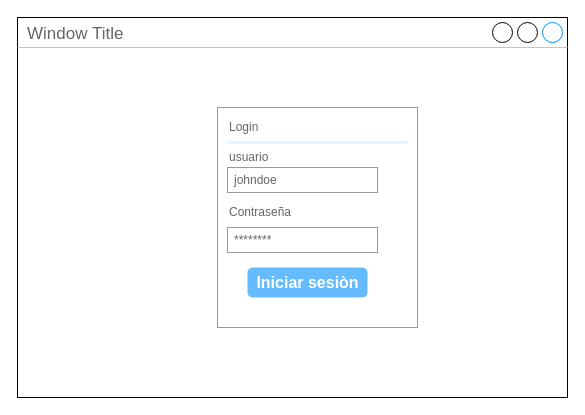
This is page "Page-1" (1 of 2) of Diagramas/Untitled Diagram.drawio from Cicery/ProyectoTallerMecanico, a draw.io file, before an edit. Source tidied: cells renumbered, new cells numbered last; positions are measured from the earlier drawing's top-left corner, leaving out a move shared by most shapes. Both pictures are drawn from the tidied source at 100%, with x=0, y=0 at pixel (17, 17).
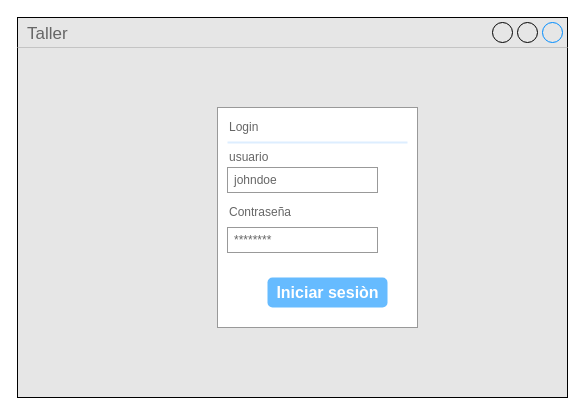
Above is the later version.

Change to the diagram source:
```diff
@@
 <mxGraphModel background="#ffffff">
   <root>
     <mxCell id="0" />
     <mxCell id="1" parent="0" />
-    <mxCell id="2" value="Window Title" style="strokeWidth=1;shadow=0;dashed=0;align=center;html=1;shape=mxgraph.mockup.containers.window;align=left;verticalAlign=top;spacingLeft=8;strokeColor2=#008cff;strokeColor3=#c4c4c4;fontColor=#666666;mainText=;fontSize=17;labelBackgroundColor=none;" parent="1" vertex="1">
+    <mxCell id="2" value="Taller" style="strokeWidth=1;shadow=0;dashed=0;align=center;html=1;shape=mxgraph.mockup.containers.window;align=left;verticalAlign=top;spacingLeft=8;strokeColor2=#008cff;strokeColor3=#c4c4c4;fontColor=#666666;mainText=;fontSize=17;labelBackgroundColor=none;fillColor=#E6E6E6;" parent="1" vertex="1">
       <mxGeometry width="550" height="380" as="geometry" />
     </mxCell>
     <mxCell id="3" style="strokeWidth=1;shadow=0;dashed=0;align=center;html=1;shape=mxgraph.mockup.forms.rrect;rSize=0;strokeColor=#999999;fillColor=#ffffff;" parent="1" vertex="1">
       <mxGeometry x="200" y="90" width="200" height="220" as="geometry" />
     </mxCell>
     <mxCell id="4" value="Login" style="strokeWidth=1;shadow=0;dashed=0;align=center;html=1;shape=mxgraph.mockup.forms.anchor;fontSize=12;fontColor=#666666;align=left;spacingLeft=0;" parent="3" vertex="1">
       <mxGeometry width="100" height="20" relative="1" as="geometry">
         <mxPoint x="10" y="10" as="offset" />
       </mxGeometry>
     </mxCell>
     <mxCell id="5" style="shape=line;strokeColor=#ddeeff;strokeWidth=2;html=1;" parent="3" vertex="1">
       <mxGeometry width="180" height="10" relative="1" as="geometry">
         <mxPoint x="10" y="30" as="offset" />
       </mxGeometry>
     </mxCell>
     <mxCell id="6" value="usuario" style="strokeWidth=1;shadow=0;dashed=0;align=center;html=1;shape=mxgraph.mockup.forms.anchor;fontSize=12;fontColor=#666666;align=left;spacingLeft=0;" parent="3" vertex="1">
       <mxGeometry width="100" height="20" relative="1" as="geometry">
         <mxPoint x="10" y="40" as="offset" />
       </mxGeometry>
     </mxCell>
     <mxCell id="7" value="johndoe" style="strokeWidth=1;shadow=0;dashed=0;align=center;html=1;shape=mxgraph.mockup.forms.rrect;rSize=0;strokeColor=#999999;fontColor=#666666;align=left;spacingLeft=5;" parent="3" vertex="1">
       <mxGeometry width="150" height="25" relative="1" as="geometry">
         <mxPoint x="10" y="60" as="offset" />
       </mxGeometry>
     </mxCell>
     <mxCell id="8" value="Contraseña" style="strokeWidth=1;shadow=0;dashed=0;align=center;html=1;shape=mxgraph.mockup.forms.anchor;fontSize=12;fontColor=#666666;align=left;spacingLeft=0;" parent="3" vertex="1">
       <mxGeometry width="100" height="20" relative="1" as="geometry">
         <mxPoint x="10" y="95" as="offset" />
       </mxGeometry>
     </mxCell>
     <mxCell id="9" value="********" style="strokeWidth=1;shadow=0;dashed=0;align=center;html=1;shape=mxgraph.mockup.forms.rrect;rSize=0;strokeColor=#999999;fontColor=#666666;align=left;spacingLeft=5;" parent="3" vertex="1">
       <mxGeometry width="150" height="25" relative="1" as="geometry">
         <mxPoint x="10" y="120" as="offset" />
       </mxGeometry>
     </mxCell>
     <mxCell id="10" value="Iniciar sesiòn" style="strokeWidth=1;shadow=0;dashed=0;align=center;html=1;shape=mxgraph.mockup.forms.rrect;rSize=5;strokeColor=none;fontColor=#ffffff;fillColor=#66bbff;fontSize=16;fontStyle=1;" parent="3" vertex="1">
       <mxGeometry y="1" width="120" height="30" relative="1" as="geometry">
-        <mxPoint x="30" y="-60" as="offset" />
+        <mxPoint x="50" y="-50" as="offset" />
       </mxGeometry>
     </mxCell>
   </root>
 </mxGraphModel>
```
